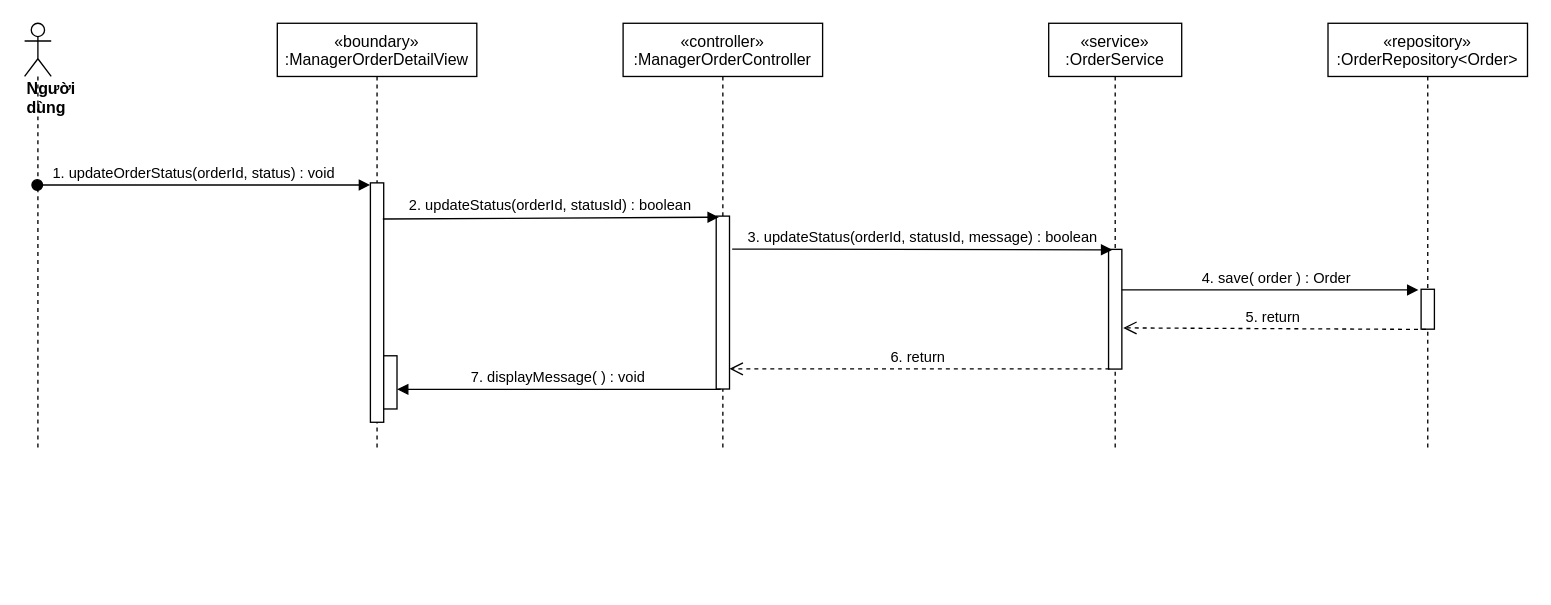
The draw.io diagram sequence diagram/update-status-order-manager-sequence.drawio in nguyenphamvan/datn_20202, before the edit. Source tidied: cells renumbered, new cells numbered last; positions are measured from the earlier drawing's top-left corner, leaving out a move shared by most shapes. Both pictures are drawn from the tidied source at 133%, with x=0, y=0 at pixel (24, 23).
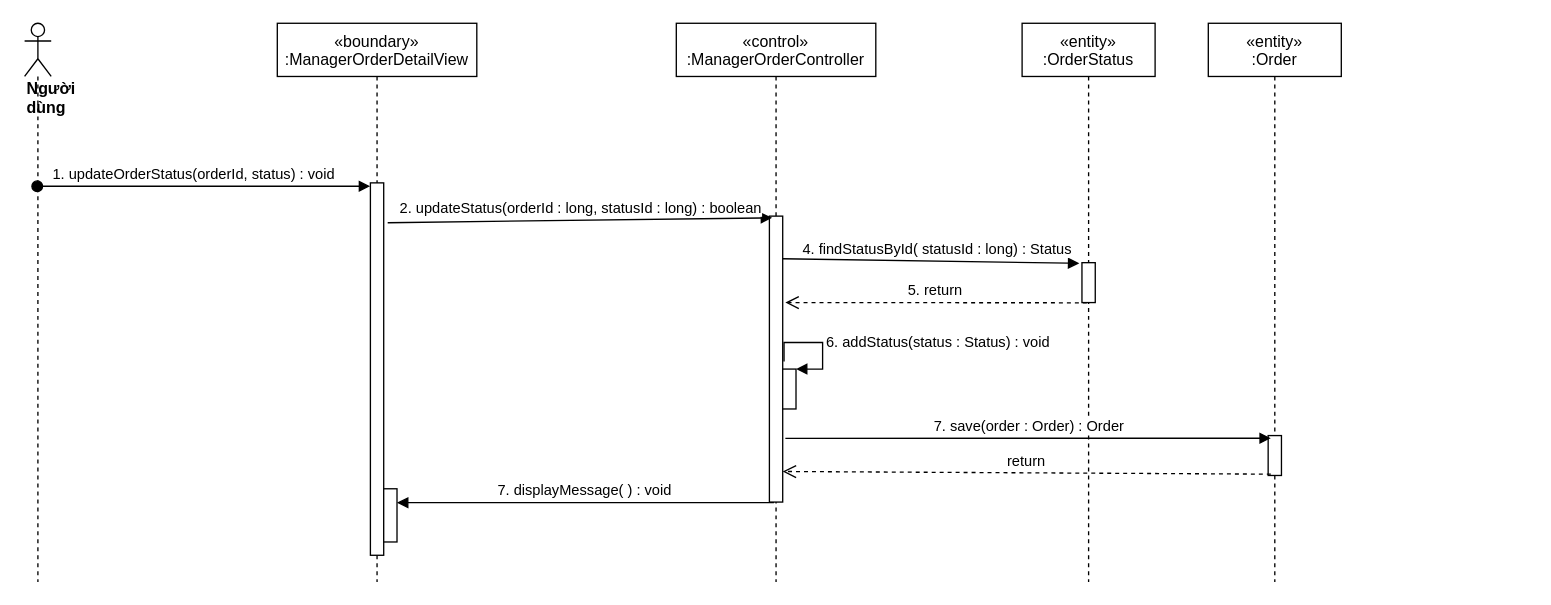
Above is the later version.

The edit, as a diff of the source:
```diff
@@
     <mxCell id="2" value="«boundary»&#10;:ManagerOrderDetailView" style="shape=umlLifeline;perimeter=lifelinePerimeter;rounded=0;shadow=0;strokeWidth=1;" parent="1" vertex="1">
-      <mxGeometry x="190" width="150" height="320" as="geometry" />
+      <mxGeometry x="190" width="150" height="420" as="geometry" />
     </mxCell>
     <mxCell id="3" style="points=[];perimeter=orthogonalPerimeter;rounded=0;shadow=0;strokeWidth=1;" parent="2" vertex="1">
-      <mxGeometry x="70" y="120" width="10" height="180" as="geometry" />
+      <mxGeometry x="70" y="120" width="10" height="280" as="geometry" />
     </mxCell>
-    <mxCell id="4" style="html=1;points=[];perimeter=orthogonalPerimeter;" parent="2" vertex="1">
-      <mxGeometry x="80" y="250" width="10" height="40" as="geometry" />
-    </mxCell>
-    <mxCell id="5" value="«controller»&#10;:ManagerOrderController" style="shape=umlLifeline;perimeter=lifelinePerimeter;rounded=0;shadow=0;strokeWidth=1;" parent="1" vertex="1">
-      <mxGeometry x="450" width="150" height="320" as="geometry" />
+    <mxCell id="5" value="«control»&#10;:ManagerOrderController" style="shape=umlLifeline;perimeter=lifelinePerimeter;rounded=0;shadow=0;strokeWidth=1;" parent="1" vertex="1">
+      <mxGeometry x="490" width="150" height="420" as="geometry" />
     </mxCell>
     <mxCell id="6" style="points=[];perimeter=orthogonalPerimeter;rounded=0;shadow=0;strokeWidth=1;" parent="5" vertex="1">
-      <mxGeometry x="70" y="145" width="10" height="130" as="geometry" />
+      <mxGeometry x="70" y="145" width="10" height="215" as="geometry" />
     </mxCell>
     <mxCell id="7" value="&lt;div&gt;&lt;b&gt;Người dùng&lt;/b&gt;&lt;/div&gt;" style="shape=umlLifeline;participant=umlActor;perimeter=lifelinePerimeter;whiteSpace=wrap;html=1;verticalAlign=top;spacingTop=36;outlineConnect=0;align=left;" parent="1" vertex="1">
-      <mxGeometry width="20" height="320" as="geometry" />
+      <mxGeometry width="20" height="420" as="geometry" />
     </mxCell>
@@
-    <mxCell id="9" value="«service»&#10;:OrderService" style="shape=umlLifeline;perimeter=lifelinePerimeter;rounded=0;shadow=0;strokeWidth=1;" parent="1" vertex="1">
-      <mxGeometry x="770" width="100" height="320" as="geometry" />
-    </mxCell>
-    <mxCell id="10" style="points=[];perimeter=orthogonalPerimeter;rounded=0;shadow=0;strokeWidth=1;" parent="9" vertex="1">
-      <mxGeometry x="45" y="170" width="10" height="90" as="geometry" />
-    </mxCell>
-    <mxCell id="11" value="2. updateStatus(orderId, statusId) : boolean" style="html=1;verticalAlign=bottom;endArrow=block;exitX=0.933;exitY=0.151;exitDx=0;exitDy=0;exitPerimeter=0;entryX=0.2;entryY=0.006;entryDx=0;entryDy=0;entryPerimeter=0;" parent="1" edge="1" source="3" target="6">
+    <mxCell id="11" value="2. updateStatus(orderId : long, statusId : long) : boolean" style="html=1;verticalAlign=bottom;endArrow=block;entryX=0.2;entryY=0.006;entryDx=0;entryDy=0;entryPerimeter=0;exitX=1.3;exitY=0.107;exitDx=0;exitDy=0;exitPerimeter=0;" parent="1" edge="1" source="3" target="6">
       <mxGeometry relative="1" as="geometry" />
     </mxCell>
-    <mxCell id="12" value="3. updateStatus(orderId, statusId, message) : boolean" style="html=1;verticalAlign=bottom;endArrow=block;entryX=0.283;entryY=0.004;entryDx=0;entryDy=0;entryPerimeter=0;exitX=1.2;exitY=0.191;exitDx=0;exitDy=0;exitPerimeter=0;" parent="1" edge="1" source="6" target="10">
-      <mxGeometry relative="1" as="geometry" />
-    </mxCell>
-    <mxCell id="13" value="«repository»&#10;:OrderRepository&lt;Order&gt;" style="shape=umlLifeline;perimeter=lifelinePerimeter;rounded=0;shadow=0;strokeWidth=1;" parent="1" vertex="1">
-      <mxGeometry x="980" width="150" height="320" as="geometry" />
+    <mxCell id="13" value="«entity»&#10;:OrderStatus" style="shape=umlLifeline;perimeter=lifelinePerimeter;rounded=0;shadow=0;strokeWidth=1;" parent="1" vertex="1">
+      <mxGeometry x="750" width="100" height="420" as="geometry" />
     </mxCell>
     <mxCell id="14" style="points=[];perimeter=orthogonalPerimeter;rounded=0;shadow=0;strokeWidth=1;" parent="13" vertex="1">
-      <mxGeometry x="70" y="200" width="10" height="30" as="geometry" />
+      <mxGeometry x="45" y="180" width="10" height="30" as="geometry" />
     </mxCell>
-    <mxCell id="15" value="4. save( order ) : Order" style="html=1;verticalAlign=bottom;endArrow=block;entryX=-0.2;entryY=0.017;entryDx=0;entryDy=0;entryPerimeter=0;" parent="1" edge="1" source="10" target="14">
+    <mxCell id="15" value="4. findStatusById( statusId : long) : Status" style="html=1;verticalAlign=bottom;endArrow=block;entryX=-0.2;entryY=0.017;entryDx=0;entryDy=0;entryPerimeter=0;exitX=1;exitY=0.149;exitDx=0;exitDy=0;exitPerimeter=0;" parent="1" edge="1" source="6" target="14">
       <mxGeometry x="0.04" relative="1" as="geometry" />
     </mxCell>
-    <mxCell id="16" value="5. return&amp;nbsp;" style="html=1;verticalAlign=bottom;endArrow=open;dashed=1;endSize=8;exitX=0.367;exitY=1.006;exitDx=0;exitDy=0;exitPerimeter=0;entryX=1.1;entryY=0.656;entryDx=0;entryDy=0;entryPerimeter=0;" parent="1" edge="1" source="14" target="10">
-      <mxGeometry relative="1" as="geometry" />
+    <mxCell id="16" value="5. return&amp;nbsp;" style="html=1;verticalAlign=bottom;endArrow=open;dashed=1;endSize=8;exitX=0.367;exitY=1.006;exitDx=0;exitDy=0;exitPerimeter=0;" parent="1" edge="1" source="14">
+      <mxGeometry relative="1" as="geometry">
+        <mxPoint x="572" y="210" as="targetPoint" />
+      </mxGeometry>
     </mxCell>
-    <mxCell id="17" value="6. return&amp;nbsp;" style="html=1;verticalAlign=bottom;endArrow=open;dashed=1;endSize=8;exitX=0.067;exitY=0.998;exitDx=0;exitDy=0;exitPerimeter=0;" parent="1" edge="1" source="10" target="6">
-      <mxGeometry relative="1" as="geometry" />
-    </mxCell>
@@
+    <mxCell id="19" value="«entity»&#10;:Order" style="shape=umlLifeline;perimeter=lifelinePerimeter;rounded=0;shadow=0;strokeWidth=1;" parent="1" vertex="1">
+      <mxGeometry x="890" width="100" height="420" as="geometry" />
+    </mxCell>
+    <mxCell id="20" style="points=[];perimeter=orthogonalPerimeter;rounded=0;shadow=0;strokeWidth=1;" parent="19" vertex="1">
+      <mxGeometry x="45" y="310" width="10" height="30" as="geometry" />
+    </mxCell>
+    <mxCell id="21" style="html=1;points=[];perimeter=orthogonalPerimeter;" parent="1" vertex="1">
+      <mxGeometry x="570" y="260" width="10" height="30" as="geometry" />
+    </mxCell>
+    <mxCell id="22" value="6. addStatus(status : Status) : void" style="edgeStyle=orthogonalEdgeStyle;html=1;align=left;spacingLeft=2;endArrow=block;rounded=0;entryX=1;entryY=0;exitX=1.1;exitY=0.508;exitDx=0;exitDy=0;exitPerimeter=0;" parent="1" edge="1" source="6" target="21">
+      <mxGeometry relative="1" as="geometry">
+        <Array as="points">
+          <mxPoint x="571" y="240" />
+          <mxPoint x="600" y="240" />
+          <mxPoint x="600" y="260" />
+        </Array>
+      </mxGeometry>
+    </mxCell>
+    <mxCell id="4" style="html=1;points=[];perimeter=orthogonalPerimeter;" parent="1" vertex="1">
+      <mxGeometry x="270" y="350" width="10" height="40" as="geometry" />
+    </mxCell>
+    <mxCell id="23" value="7. save(order : Order) : Order" style="html=1;verticalAlign=bottom;endArrow=block;entryX=0.2;entryY=0.067;entryDx=0;entryDy=0;entryPerimeter=0;exitX=1.2;exitY=0.777;exitDx=0;exitDy=0;exitPerimeter=0;" parent="1" edge="1" source="6" target="20">
+      <mxGeometry relative="1" as="geometry" />
+    </mxCell>
+    <mxCell id="24" value="return" style="html=1;verticalAlign=bottom;endArrow=open;dashed=1;endSize=8;entryX=1;entryY=0.893;entryDx=0;entryDy=0;entryPerimeter=0;exitX=0.2;exitY=0.967;exitDx=0;exitDy=0;exitPerimeter=0;" parent="1" edge="1" source="20" target="6">
+      <mxGeometry relative="1" as="geometry" />
+    </mxCell>
```
